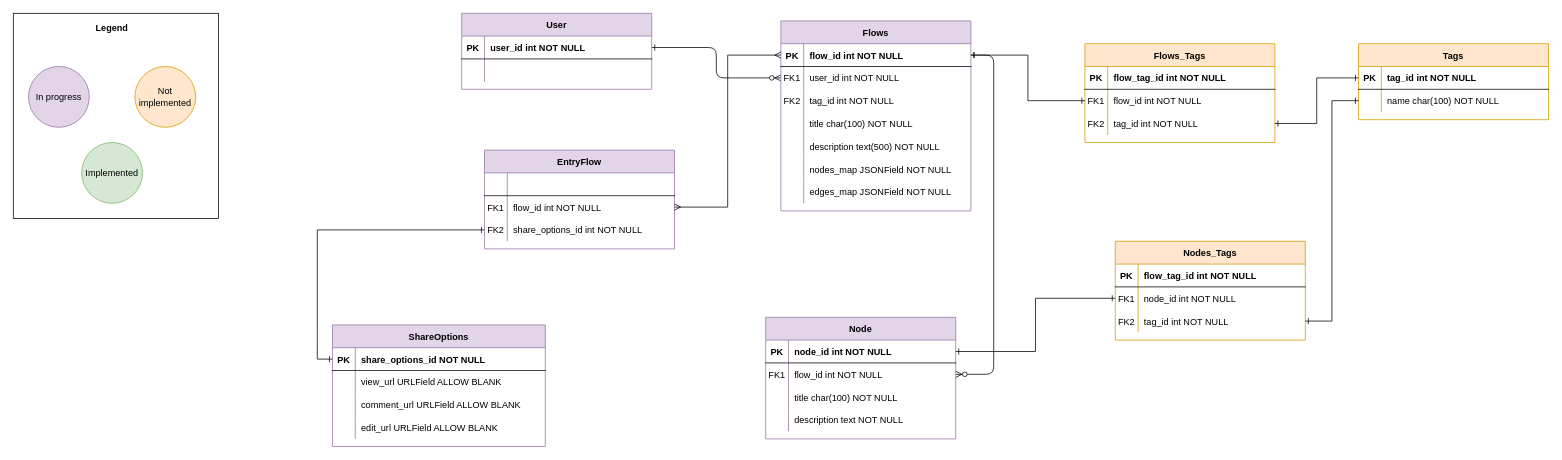
webtaken/get-aboard keeps this draw.io diagram as get-aboard.drawio. Above is the earlier version. Source tidied: cells renumbered, new cells numbered last; positions are measured from the earlier drawing's top-left corner, leaving out a move shared by most shapes. Both pictures are drawn from the tidied source at 76%, with x=0, y=0 at pixel (13, 13).
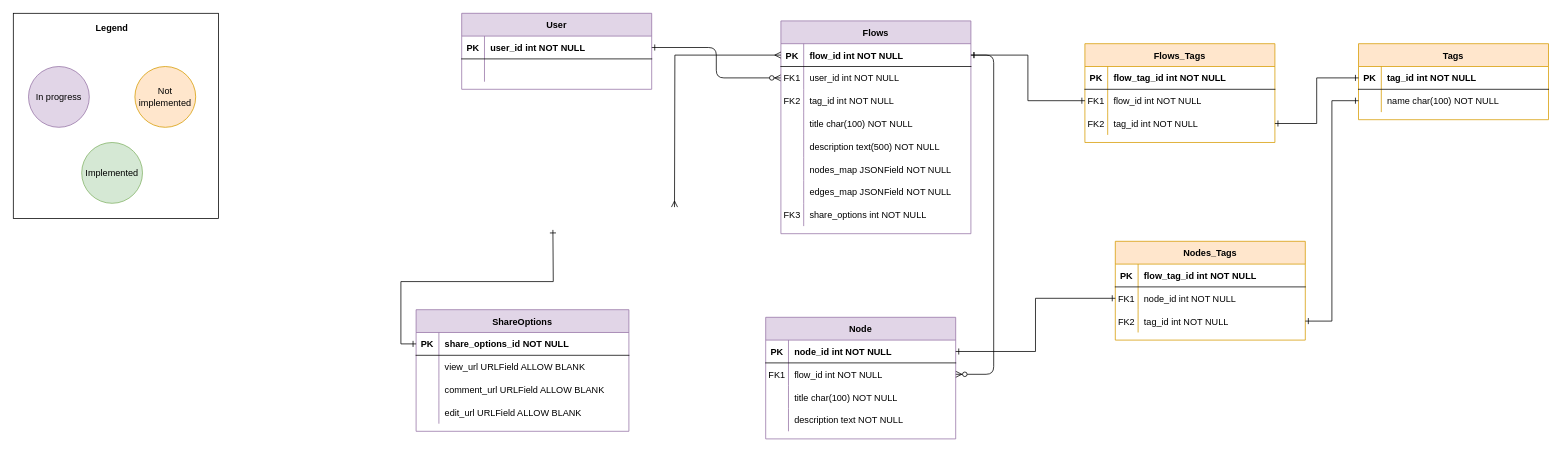
After the change.

Commit message:
Update models view

Unchanged cells that the change refers to:
```xml
<mxCell id="6" style="shape=partialRectangle;fillColor=none;points=[[0,0.5],[1,0.5]];portConstraint=eastwest;top=0;left=0;right=0;bottom=1;" parent="5" vertex="1">
  <mxGeometry y="30" width="250" height="30" as="geometry" />
</mxCell>
<mxCell id="94" style="shape=partialRectangle;fillColor=none;points=[[0,0.5],[1,0.5]];portConstraint=eastwest;top=0;left=0;right=0;bottom=1;" parent="93" vertex="1">
  <mxGeometry y="30" width="280" height="30" as="geometry" />
</mxCell>
```

The edit, as a diff of the source:
```diff
@@
     <mxCell id="5" value="Flows" style="shape=table;startSize=30;childLayout=tableLayout;rowLines=0;fontStyle=1;align=center;fillColor=#e1d5e7;strokeColor=#9673a6;" parent="1" vertex="1">
-      <mxGeometry x="1010" y="10" width="250" height="250" as="geometry" />
+      <mxGeometry x="1010" y="10" width="250" height="280" as="geometry" />
     </mxCell>
@@
+    <mxCell id="107" style="shape=partialRectangle;fillColor=none;top=0;left=0;right=0;bottom=0;perimeterSpacing=2;" parent="5" vertex="1">
+      <mxGeometry y="240" width="250" height="30" as="geometry" />
+    </mxCell>
+    <mxCell id="108" value="FK3" style="shape=partialRectangle;overflow=hidden;fillColor=none;top=0;left=0;bottom=0;right=0;" parent="107" vertex="1">
+      <mxGeometry width="30" height="30" as="geometry" />
+    </mxCell>
+    <mxCell id="109" value="share_options int NOT NULL" style="shape=partialRectangle;overflow=hidden;fillColor=none;top=0;left=0;bottom=0;right=0;align=left;spacingLeft=6;strokeWidth=3;" parent="107" vertex="1">
+      <mxGeometry x="30" width="220" height="30" as="geometry" />
+    </mxCell>
@@
-    <mxCell id="82" value="EntryFlow" style="shape=table;startSize=30;childLayout=tableLayout;rowLines=0;fontStyle=1;align=center;fillColor=#e1d5e7;strokeColor=#9673a6;" parent="1" vertex="1">
-      <mxGeometry x="620" y="180" width="250" height="130" as="geometry" />
-    </mxCell>
-    <mxCell id="83" style="shape=partialRectangle;fillColor=none;top=0;left=0;right=0;bottom=1;" parent="82" vertex="1">
-      <mxGeometry y="30" width="250" height="30" as="geometry" />
-    </mxCell>
-    <mxCell id="84" style="shape=partialRectangle;overflow=hidden;fillColor=none;top=0;left=0;bottom=0;right=0;fontStyle=1;" parent="83" vertex="1">
-      <mxGeometry width="30" height="30" as="geometry" />
-    </mxCell>
-    <mxCell id="85" style="shape=partialRectangle;overflow=hidden;fillColor=none;top=0;left=0;bottom=0;right=0;align=left;spacingLeft=6;fontStyle=1;" parent="83" vertex="1">
-      <mxGeometry x="30" width="220" height="30" as="geometry" />
-    </mxCell>
-    <mxCell id="86" style="shape=partialRectangle;fillColor=none;points=[[0,0.5],[1,0.5]];portConstraint=eastwest;top=0;left=0;right=0;bottom=0;" parent="82" vertex="1">
-      <mxGeometry y="60" width="250" height="30" as="geometry" />
-    </mxCell>
-    <mxCell id="87" value="FK1" style="shape=partialRectangle;overflow=hidden;fillColor=none;top=0;left=0;bottom=0;right=0;" parent="86" vertex="1">
-      <mxGeometry width="30" height="30" as="geometry" />
-    </mxCell>
-    <mxCell id="88" value="flow_id int NOT NULL" style="shape=partialRectangle;overflow=hidden;fillColor=none;top=0;left=0;bottom=0;right=0;align=left;spacingLeft=6;" parent="86" vertex="1">
-      <mxGeometry x="30" width="220" height="30" as="geometry" />
-    </mxCell>
-    <mxCell id="89" style="shape=partialRectangle;fillColor=none;points=[[0,0.5],[1,0.5]];portConstraint=eastwest;top=0;left=0;right=0;bottom=0;" parent="82" vertex="1">
-      <mxGeometry y="90" width="250" height="30" as="geometry" />
-    </mxCell>
-    <mxCell id="90" value="FK2" style="shape=partialRectangle;overflow=hidden;fillColor=none;top=0;left=0;bottom=0;right=0;" parent="89" vertex="1">
-      <mxGeometry width="30" height="30" as="geometry" />
-    </mxCell>
-    <mxCell id="91" value="share_options_id int NOT NULL" style="shape=partialRectangle;overflow=hidden;fillColor=none;top=0;left=0;bottom=0;right=0;align=left;spacingLeft=6;" parent="89" vertex="1">
-      <mxGeometry x="30" width="220" height="30" as="geometry" />
-    </mxCell>
-    <mxCell id="92" style="edgeStyle=orthogonalEdgeStyle;rounded=0;jettySize=auto;html=1;exitX=1;exitY=0.5;exitDx=0;exitDy=0;entryX=0;entryY=0.5;entryDx=0;entryDy=0;startArrow=ERmany;startFill=0;endArrow=ERmany;endFill=0;" parent="1" edge="1" source="86" target="6">
-      <mxGeometry relative="1" as="geometry" />
+    <mxCell id="92" style="edgeStyle=orthogonalEdgeStyle;rounded=0;jettySize=auto;html=1;exitX=1;exitY=0.5;exitDx=0;exitDy=0;entryX=0;entryY=0.5;entryDx=0;entryDy=0;startArrow=ERmany;startFill=0;endArrow=ERmany;endFill=0;" parent="1" edge="1" target="6">
+      <mxGeometry relative="1" as="geometry">
+        <mxPoint x="870" y="255" as="sourcePoint" />
+      </mxGeometry>
     </mxCell>
     <mxCell id="93" value="ShareOptions" style="shape=table;startSize=30;childLayout=tableLayout;rowLines=0;fontStyle=1;align=center;fillColor=#e1d5e7;strokeColor=#9673a6;" parent="1" vertex="1">
-      <mxGeometry x="420" y="410" width="280" height="160" as="geometry" />
+      <mxGeometry x="530" y="390" width="280" height="160" as="geometry" />
     </mxCell>
@@
-    <mxCell id="106" style="edgeStyle=orthogonalEdgeStyle;rounded=0;jettySize=auto;html=1;exitX=0;exitY=0.5;exitDx=0;exitDy=0;startArrow=ERone;startFill=0;endArrow=ERone;endFill=0;" parent="1" edge="1" source="94" target="89">
-      <mxGeometry relative="1" as="geometry" />
+    <mxCell id="106" style="edgeStyle=orthogonalEdgeStyle;rounded=0;jettySize=auto;html=1;exitX=0;exitY=0.5;exitDx=0;exitDy=0;startArrow=ERone;startFill=0;endArrow=ERone;endFill=0;" parent="1" edge="1" source="94">
+      <mxGeometry relative="1" as="geometry">
+        <mxPoint x="710" y="285" as="targetPoint" />
+      </mxGeometry>
     </mxCell>
```
